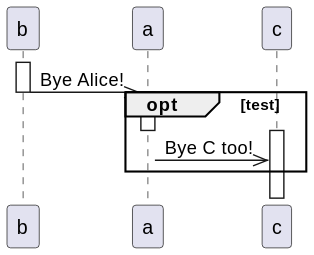
The PlantUML diagram testteozmultideactivate.svg in jimnelson372/plantuml_fork, before a commit.
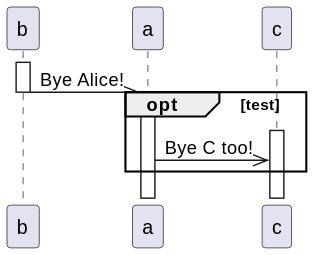
The same file after the commit.

Change to the diagram source:
```diff
@@ -6,7 +6,7 @@
 
 b ->> a --++: Bye Alice!
  & opt test
- a ->> c -- : Bye C too!
+ a ->> c  : Bye C too!
  activate c
  end
 
```
